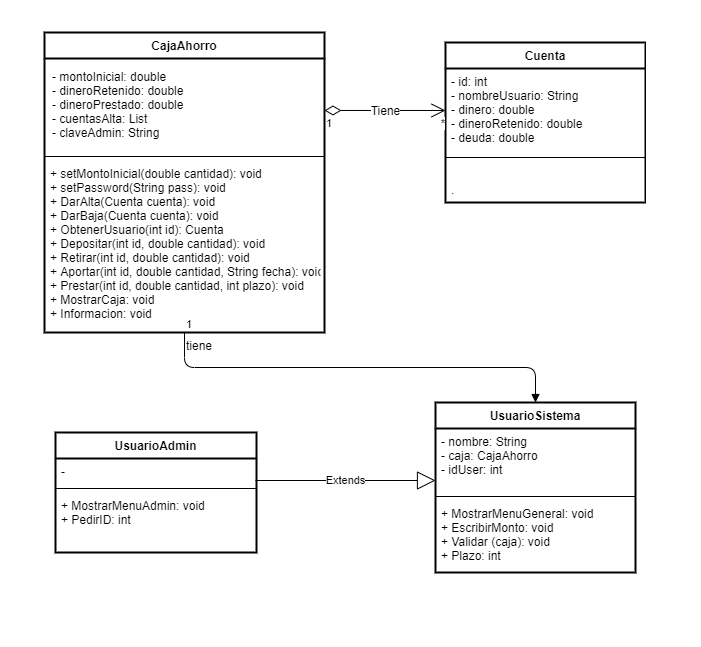
This is DiseñoCaja.png from cesar7391/POO, a draw.io export, as it was before one commit. Source tidied: cells renumbered, new cells last; positions are measured from the earlier drawing's top-left corner, leaving out a move shared by most shapes. The source it was exported from:
```xml
<mxGraphModel>
  <root>
    <mxCell id="0" />
    <mxCell id="1" parent="0" />
    <mxCell id="2" value="CajaAhorro&#10;" style="swimlane;fontStyle=1;align=center;verticalAlign=top;horizontal=1;startSize=26;strokeWidth=2;" parent="1" vertex="1">
      <mxGeometry width="280" height="300" as="geometry" />
    </mxCell>
    <mxCell id="3" value="- montoInicial: double&#10;- dineroRetenido: double&#10;- dineroPrestado: double&#10;- cuentasAlta: List&#10;- claveAdmin: String" style="text;strokeColor=none;align=left;verticalAlign=top;spacingLeft=4;spacingRight=4;overflow=hidden;points=[[0,0.5],[1,0.5]];portConstraint=eastwest;strokeWidth=2;spacingTop=3;spacing=4;spacingBottom=2;" parent="2" vertex="1">
      <mxGeometry y="26" width="280" height="94" as="geometry" />
    </mxCell>
    <mxCell id="4" style="line;strokeWidth=1;fillColor=none;align=left;verticalAlign=middle;spacingTop=-1;spacingLeft=3;spacingRight=3;labelPosition=right;" parent="2" vertex="1">
      <mxGeometry y="120" width="280" height="8" as="geometry" />
    </mxCell>
    <mxCell id="5" value="+ setMontoInicial(double cantidad): void&#10;+ setPassword(String pass): void&#10;+ DarAlta(Cuenta cuenta): void&#10;+ DarBaja(Cuenta cuenta): void&#10;+ ObtenerUsuario(int id): Cuenta&#10;+ Depositar(int id, double cantidad): void&#10;+ Retirar(int id, double cantidad): void&#10;+ Aportar(int id, double cantidad, String fecha): void&#10;+ Prestar(int id, double cantidad, int plazo): void&#10;+ MostrarCaja: void&#10;+ Informacion: void" style="text;strokeColor=none;fillColor=none;align=left;verticalAlign=top;spacingLeft=4;spacingRight=4;overflow=hidden;points=[[0,0.5],[1,0.5]];portConstraint=eastwest;" parent="2" vertex="1">
      <mxGeometry y="128" width="280" height="172" as="geometry" />
    </mxCell>
    <mxCell id="6" value="Cuenta" style="swimlane;fontStyle=1;align=center;verticalAlign=top;horizontal=1;startSize=26;strokeWidth=2;fillColor=none;fontSize=12;" parent="1" vertex="1">
      <mxGeometry x="401" y="10" width="200" height="160" as="geometry" />
    </mxCell>
    <mxCell id="7" value="- id: int&#10;- nombreUsuario: String&#10;- dinero: double&#10;- dineroRetenido: double&#10;- deuda: double" style="text;strokeColor=none;fillColor=none;align=left;verticalAlign=top;spacingLeft=4;spacingRight=4;overflow=hidden;points=[[0,0.5],[1,0.5]];portConstraint=eastwest;" parent="6" vertex="1">
      <mxGeometry y="26" width="200" height="84" as="geometry" />
    </mxCell>
    <mxCell id="8" style="line;strokeWidth=1;fillColor=none;align=left;verticalAlign=middle;spacingTop=-1;spacingLeft=3;spacingRight=3;labelPosition=right;" parent="6" vertex="1">
      <mxGeometry y="110" width="200" height="10" as="geometry" />
    </mxCell>
    <mxCell id="9" value="&#10;." style="text;strokeColor=none;fillColor=none;align=left;verticalAlign=top;spacingLeft=4;spacingRight=4;overflow=hidden;" parent="6" vertex="1">
      <mxGeometry y="120" width="200" height="40" as="geometry" />
    </mxCell>
    <mxCell id="10" value="Tiene" style="endArrow=open;html=1;endSize=12;startArrow=diamondThin;startSize=14;startFill=0;edgeStyle=orthogonalEdgeStyle;fontSize=12;exitX=1;exitY=0.553;exitDx=0;exitDy=0;exitPerimeter=0;" parent="1" edge="1" source="3" target="7">
      <mxGeometry relative="1" as="geometry" />
    </mxCell>
    <mxCell id="11" value="1" style="edgeLabel;html=1;align=left;verticalAlign=top;" parent="10" vertex="1">
      <mxGeometry x="-1" relative="1" as="geometry" />
    </mxCell>
    <mxCell id="12" value="*" style="edgeLabel;html=1;align=right;verticalAlign=top;" parent="10" vertex="1">
      <mxGeometry x="1" relative="1" as="geometry" />
    </mxCell>
    <mxCell id="13" value="UsuarioSistema" style="swimlane;fontStyle=1;align=center;verticalAlign=top;horizontal=1;startSize=26;fontSize=12;strokeWidth=2;fillColor=none;" parent="1" vertex="1">
      <mxGeometry x="391" y="370" width="200" height="170" as="geometry" />
    </mxCell>
    <mxCell id="14" value="- nombre: String&#10;- caja: CajaAhorro&#10;- idUser: int" style="text;strokeColor=none;fillColor=none;align=left;verticalAlign=top;spacingLeft=4;spacingRight=4;overflow=hidden;" parent="13" vertex="1">
      <mxGeometry y="26" width="200" height="64" as="geometry" />
    </mxCell>
    <mxCell id="15" style="line;strokeWidth=1;fillColor=none;align=left;verticalAlign=middle;spacingTop=-1;spacingLeft=3;spacingRight=3;labelPosition=right;" parent="13" vertex="1">
      <mxGeometry y="90" width="200" height="8" as="geometry" />
    </mxCell>
    <mxCell id="16" value="+ MostrarMenuGeneral: void&#10;+ EscribirMonto: void&#10;+ Validar (caja): void&#10;+ Plazo: int" style="text;strokeColor=none;fillColor=none;align=left;verticalAlign=top;spacingLeft=4;spacingRight=4;overflow=hidden;" parent="13" vertex="1">
      <mxGeometry y="98" width="200" height="72" as="geometry" />
    </mxCell>
    <mxCell id="17" value="tiene" style="endArrow=block;endFill=1;html=1;edgeStyle=orthogonalEdgeStyle;align=left;verticalAlign=top;fontSize=12;entryX=0.5;entryY=0;entryDx=0;entryDy=0;exitX=0.5;exitY=1;exitDx=0;exitDy=0;exitPerimeter=0;" parent="1" edge="1" source="5" target="13">
      <mxGeometry x="-1" relative="1" as="geometry" />
    </mxCell>
    <mxCell id="18" value="1" style="edgeLabel;html=1;align=left;verticalAlign=bottom;" parent="17" vertex="1">
      <mxGeometry x="-1" relative="1" as="geometry" />
    </mxCell>
    <mxCell id="19" value="UsuarioAdmin" style="swimlane;fontStyle=1;align=center;verticalAlign=top;horizontal=1;startSize=26;strokeWidth=2;" parent="1" vertex="1">
      <mxGeometry x="11" y="400" width="201" height="120" as="geometry" />
    </mxCell>
    <mxCell id="20" value="-" style="text;strokeColor=none;fillColor=none;align=left;verticalAlign=top;spacingLeft=4;spacingRight=4;overflow=hidden;points=[[0,0.5],[1,0.5]];portConstraint=eastwest;" parent="19" vertex="1">
      <mxGeometry y="26" width="201" height="26" as="geometry" />
    </mxCell>
    <mxCell id="21" style="line;strokeWidth=1;fillColor=none;align=left;verticalAlign=middle;spacingTop=-1;spacingLeft=3;spacingRight=3;labelPosition=right;" parent="19" vertex="1">
      <mxGeometry y="52" width="201" height="8" as="geometry" />
    </mxCell>
    <mxCell id="22" value="+ MostrarMenuAdmin: void&#10;+ PedirID: int" style="text;strokeColor=none;fillColor=none;align=left;verticalAlign=top;spacingLeft=4;spacingRight=4;overflow=hidden;" parent="19" vertex="1">
      <mxGeometry y="60" width="201" height="60" as="geometry" />
    </mxCell>
    <mxCell id="23" value="Extends" style="endArrow=block;endSize=16;endFill=0;html=1;exitX=0.995;exitY=0.846;exitDx=0;exitDy=0;exitPerimeter=0;" parent="1" edge="1" source="20">
      <mxGeometry relative="1" as="geometry">
        <mxPoint x="391" y="448" as="targetPoint" />
      </mxGeometry>
    </mxCell>
  </root>
</mxGraphModel>
```
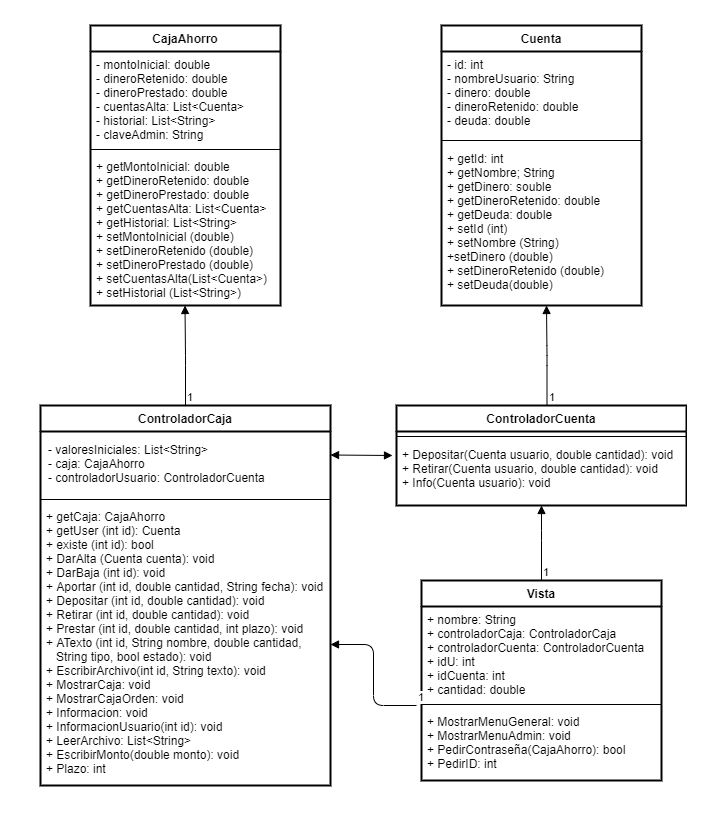
The same diagram one commit later.

Change to the diagram source:
```diff
@@ -2,20 +2,20 @@
   <root>
     <mxCell id="0" />
     <mxCell id="1" parent="0" />
-    <mxCell id="2" value="CajaAhorro&#10;" style="swimlane;fontStyle=1;align=center;verticalAlign=top;horizontal=1;startSize=26;strokeWidth=2;" parent="1" vertex="1">
-      <mxGeometry width="280" height="300" as="geometry" />
+    <mxCell id="2" value="ControladorCaja" style="swimlane;fontStyle=1;align=center;verticalAlign=top;horizontal=1;startSize=26;strokeWidth=2;" parent="1" vertex="1">
+      <mxGeometry x="35" y="160" width="290" height="380" as="geometry" />
     </mxCell>
-    <mxCell id="3" value="- montoInicial: double&#10;- dineroRetenido: double&#10;- dineroPrestado: double&#10;- cuentasAlta: List&#10;- claveAdmin: String" style="text;strokeColor=none;align=left;verticalAlign=top;spacingLeft=4;spacingRight=4;overflow=hidden;points=[[0,0.5],[1,0.5]];portConstraint=eastwest;strokeWidth=2;spacingTop=3;spacing=4;spacingBottom=2;" parent="2" vertex="1">
-      <mxGeometry y="26" width="280" height="94" as="geometry" />
+    <mxCell id="3" value="- valoresIniciales: List&lt;String&gt;&#10;- caja: CajaAhorro&#10;- controladorUsuario: ControladorCuenta" style="text;strokeColor=none;align=left;verticalAlign=top;spacingLeft=4;spacingRight=4;overflow=hidden;points=[[0,0.5],[1,0.5]];portConstraint=eastwest;strokeWidth=2;spacingTop=3;spacing=4;spacingBottom=2;" parent="2" vertex="1">
+      <mxGeometry y="26" width="290" height="64" as="geometry" />
     </mxCell>
     <mxCell id="4" style="line;strokeWidth=1;fillColor=none;align=left;verticalAlign=middle;spacingTop=-1;spacingLeft=3;spacingRight=3;labelPosition=right;" parent="2" vertex="1">
-      <mxGeometry y="120" width="280" height="8" as="geometry" />
+      <mxGeometry y="90" width="290" height="8" as="geometry" />
     </mxCell>
-    <mxCell id="5" value="+ setMontoInicial(double cantidad): void&#10;+ setPassword(String pass): void&#10;+ DarAlta(Cuenta cuenta): void&#10;+ DarBaja(Cuenta cuenta): void&#10;+ ObtenerUsuario(int id): Cuenta&#10;+ Depositar(int id, double cantidad): void&#10;+ Retirar(int id, double cantidad): void&#10;+ Aportar(int id, double cantidad, String fecha): void&#10;+ Prestar(int id, double cantidad, int plazo): void&#10;+ MostrarCaja: void&#10;+ Informacion: void" style="text;strokeColor=none;fillColor=none;align=left;verticalAlign=top;spacingLeft=4;spacingRight=4;overflow=hidden;points=[[0,0.5],[1,0.5]];portConstraint=eastwest;" parent="2" vertex="1">
-      <mxGeometry y="128" width="280" height="172" as="geometry" />
+    <mxCell id="5" value="+ getCaja: CajaAhorro&#10;+ getUser (int id): Cuenta&#10;+ existe (int id): bool&#10;+ DarAlta (Cuenta cuenta): void&#10;+ DarBaja (int id): void&#10;+ Aportar (int id, double cantidad, String fecha): void&#10;+ Depositar (int id, double cantidad): void&#10;+ Retirar (int id, double cantidad): void&#10;+ Prestar (int id, double cantidad, int plazo): void&#10;+ ATexto (int id, String nombre, double cantidad, &#10;   String tipo, bool estado): void&#10;+ EscribirArchivo(int id, String texto): void&#10;+ MostrarCaja: void&#10;+ MostrarCajaOrden: void&#10;+ Informacion: void&#10;+ InformacionUsuario(int id): void&#10;+ LeerArchivo: List&lt;String&gt;&#10;+ EscribirMonto(double monto): void&#10;+ Plazo: int" style="text;strokeColor=none;fillColor=none;align=left;verticalAlign=top;spacingLeft=4;spacingRight=4;overflow=hidden;points=[[0,0.5],[1,0.5]];portConstraint=eastwest;" parent="2" vertex="1">
+      <mxGeometry y="98" width="290" height="282" as="geometry" />
     </mxCell>
     <mxCell id="6" value="Cuenta" style="swimlane;fontStyle=1;align=center;verticalAlign=top;horizontal=1;startSize=26;strokeWidth=2;fillColor=none;fontSize=12;" parent="1" vertex="1">
-      <mxGeometry x="401" y="10" width="200" height="160" as="geometry" />
+      <mxGeometry x="436" y="-220" width="200" height="280" as="geometry" />
     </mxCell>
     <mxCell id="7" value="- id: int&#10;- nombreUsuario: String&#10;- dinero: double&#10;- dineroRetenido: double&#10;- deuda: double" style="text;strokeColor=none;fillColor=none;align=left;verticalAlign=top;spacingLeft=4;spacingRight=4;overflow=hidden;points=[[0,0.5],[1,0.5]];portConstraint=eastwest;" parent="6" vertex="1">
       <mxGeometry y="26" width="200" height="84" as="geometry" />
@@ -23,52 +23,91 @@
     <mxCell id="8" style="line;strokeWidth=1;fillColor=none;align=left;verticalAlign=middle;spacingTop=-1;spacingLeft=3;spacingRight=3;labelPosition=right;" parent="6" vertex="1">
       <mxGeometry y="110" width="200" height="10" as="geometry" />
     </mxCell>
-    <mxCell id="9" value="&#10;." style="text;strokeColor=none;fillColor=none;align=left;verticalAlign=top;spacingLeft=4;spacingRight=4;overflow=hidden;" parent="6" vertex="1">
-      <mxGeometry y="120" width="200" height="40" as="geometry" />
+    <mxCell id="9" value="+ getId: int&#10;+ getNombre; String&#10;+ getDinero: souble&#10;+ getDineroRetenido: double&#10;+ getDeuda: double&#10;+ setId (int)&#10;+ setNombre (String)&#10;+setDinero (double)&#10;+ setDineroRetenido (double)&#10;+ setDeuda(double)" style="text;strokeColor=none;fillColor=none;align=left;verticalAlign=top;spacingLeft=4;spacingRight=4;overflow=hidden;" parent="6" vertex="1">
+      <mxGeometry y="120" width="200" height="160" as="geometry" />
     </mxCell>
-    <mxCell id="10" value="Tiene" style="endArrow=open;html=1;endSize=12;startArrow=diamondThin;startSize=14;startFill=0;edgeStyle=orthogonalEdgeStyle;fontSize=12;exitX=1;exitY=0.553;exitDx=0;exitDy=0;exitPerimeter=0;" parent="1" edge="1" source="3" target="7">
-      <mxGeometry relative="1" as="geometry" />
-    </mxCell>
-    <mxCell id="11" value="1" style="edgeLabel;html=1;align=left;verticalAlign=top;" parent="10" vertex="1">
-      <mxGeometry x="-1" relative="1" as="geometry" />
-    </mxCell>
-    <mxCell id="12" value="*" style="edgeLabel;html=1;align=right;verticalAlign=top;" parent="10" vertex="1">
-      <mxGeometry x="1" relative="1" as="geometry" />
-    </mxCell>
-    <mxCell id="13" value="UsuarioSistema" style="swimlane;fontStyle=1;align=center;verticalAlign=top;horizontal=1;startSize=26;fontSize=12;strokeWidth=2;fillColor=none;" parent="1" vertex="1">
-      <mxGeometry x="391" y="370" width="200" height="170" as="geometry" />
-    </mxCell>
-    <mxCell id="14" value="- nombre: String&#10;- caja: CajaAhorro&#10;- idUser: int" style="text;strokeColor=none;fillColor=none;align=left;verticalAlign=top;spacingLeft=4;spacingRight=4;overflow=hidden;" parent="13" vertex="1">
-      <mxGeometry y="26" width="200" height="64" as="geometry" />
-    </mxCell>
-    <mxCell id="15" style="line;strokeWidth=1;fillColor=none;align=left;verticalAlign=middle;spacingTop=-1;spacingLeft=3;spacingRight=3;labelPosition=right;" parent="13" vertex="1">
-      <mxGeometry y="90" width="200" height="8" as="geometry" />
-    </mxCell>
-    <mxCell id="16" value="+ MostrarMenuGeneral: void&#10;+ EscribirMonto: void&#10;+ Validar (caja): void&#10;+ Plazo: int" style="text;strokeColor=none;fillColor=none;align=left;verticalAlign=top;spacingLeft=4;spacingRight=4;overflow=hidden;" parent="13" vertex="1">
-      <mxGeometry y="98" width="200" height="72" as="geometry" />
-    </mxCell>
-    <mxCell id="17" value="tiene" style="endArrow=block;endFill=1;html=1;edgeStyle=orthogonalEdgeStyle;align=left;verticalAlign=top;fontSize=12;entryX=0.5;entryY=0;entryDx=0;entryDy=0;exitX=0.5;exitY=1;exitDx=0;exitDy=0;exitPerimeter=0;" parent="1" edge="1" source="5" target="13">
-      <mxGeometry x="-1" relative="1" as="geometry" />
-    </mxCell>
-    <mxCell id="18" value="1" style="edgeLabel;html=1;align=left;verticalAlign=bottom;" parent="17" vertex="1">
-      <mxGeometry x="-1" relative="1" as="geometry" />
-    </mxCell>
-    <mxCell id="19" value="UsuarioAdmin" style="swimlane;fontStyle=1;align=center;verticalAlign=top;horizontal=1;startSize=26;strokeWidth=2;" parent="1" vertex="1">
-      <mxGeometry x="11" y="400" width="201" height="120" as="geometry" />
-    </mxCell>
-    <mxCell id="20" value="-" style="text;strokeColor=none;fillColor=none;align=left;verticalAlign=top;spacingLeft=4;spacingRight=4;overflow=hidden;points=[[0,0.5],[1,0.5]];portConstraint=eastwest;" parent="19" vertex="1">
-      <mxGeometry y="26" width="201" height="26" as="geometry" />
-    </mxCell>
-    <mxCell id="21" style="line;strokeWidth=1;fillColor=none;align=left;verticalAlign=middle;spacingTop=-1;spacingLeft=3;spacingRight=3;labelPosition=right;" parent="19" vertex="1">
-      <mxGeometry y="52" width="201" height="8" as="geometry" />
-    </mxCell>
-    <mxCell id="22" value="+ MostrarMenuAdmin: void&#10;+ PedirID: int" style="text;strokeColor=none;fillColor=none;align=left;verticalAlign=top;spacingLeft=4;spacingRight=4;overflow=hidden;" parent="19" vertex="1">
-      <mxGeometry y="60" width="201" height="60" as="geometry" />
-    </mxCell>
-    <mxCell id="23" value="Extends" style="endArrow=block;endSize=16;endFill=0;html=1;exitX=0.995;exitY=0.846;exitDx=0;exitDy=0;exitPerimeter=0;" parent="1" edge="1" source="20">
-      <mxGeometry relative="1" as="geometry">
-        <mxPoint x="391" y="448" as="targetPoint" />
-      </mxGeometry>
-    </mxCell>
+    <mxCell id="24" value="ControladorCuenta" style="swimlane;fontStyle=1;align=center;verticalAlign=top;horizontal=1;startSize=26;strokeWidth=2;fillColor=none;fontSize=12;" parent="1" vertex="1">
+      <mxGeometry x="391" y="160" width="290" height="100" as="geometry" />
+    </mxCell>
+    <mxCell id="25" style="line;strokeWidth=1;fillColor=none;align=left;verticalAlign=middle;spacingTop=-1;spacingLeft=3;spacingRight=3;labelPosition=right;" parent="24" vertex="1">
+      <mxGeometry y="26" width="290" height="10" as="geometry" />
+    </mxCell>
+    <mxCell id="26" value="+ Depositar(Cuenta usuario, double cantidad): void&#10;+ Retirar(Cuenta usuario, double cantidad): void&#10;+ Info(Cuenta usuario): void" style="text;strokeColor=none;fillColor=none;align=left;verticalAlign=top;spacingLeft=4;spacingRight=4;overflow=hidden;" parent="24" vertex="1">
+      <mxGeometry y="36" width="290" height="64" as="geometry" />
+    </mxCell>
+    <mxCell id="27" value="CajaAhorro" style="swimlane;fontStyle=1;align=center;verticalAlign=top;horizontal=1;startSize=26;strokeWidth=2;" parent="1" vertex="1">
+      <mxGeometry x="85" y="-220" width="190" height="280" as="geometry" />
+    </mxCell>
+    <mxCell id="28" value="- montoInicial: double&#10;- dineroRetenido: double&#10;- dineroPrestado: double&#10;- cuentasAlta: List&lt;Cuenta&gt;&#10;- historial: List&lt;String&gt;&#10;- claveAdmin: String" style="text;strokeColor=none;fillColor=none;align=left;verticalAlign=top;spacingLeft=4;spacingRight=4;overflow=hidden;" parent="27" vertex="1">
+      <mxGeometry y="26" width="190" height="94" as="geometry" />
+    </mxCell>
+    <mxCell id="29" style="line;strokeWidth=1;fillColor=none;align=left;verticalAlign=middle;spacingTop=-1;spacingLeft=3;spacingRight=3;labelPosition=right;" parent="27" vertex="1">
+      <mxGeometry y="120" width="190" height="8" as="geometry" />
+    </mxCell>
+    <mxCell id="30" value="+ getMontoInicial: double&#10;+ getDineroRetenido: double&#10;+ getDineroPrestado: double&#10;+ getCuentasAlta: List&lt;Cuenta&gt;&#10;+ getHistorial: List&lt;String&gt;&#10;+ setMontoInicial (double)&#10;+ setDineroRetenido (double)&#10;+ setDineroPrestado (double)&#10;+ setCuentasAlta(List&lt;Cuenta&gt;)&#10;+ setHistorial (List&lt;String&gt;)&#10;" style="text;strokeColor=none;fillColor=none;align=left;verticalAlign=top;spacingLeft=4;spacingRight=4;overflow=hidden;" parent="27" vertex="1">
+      <mxGeometry y="128" width="190" height="152" as="geometry" />
+    </mxCell>
+    <mxCell id="31" value="Vista" style="swimlane;fontStyle=1;align=center;verticalAlign=top;horizontal=1;startSize=26;strokeWidth=2;" parent="1" vertex="1">
+      <mxGeometry x="416" y="335" width="240" height="200" as="geometry" />
+    </mxCell>
+    <mxCell id="32" value="+ nombre: String&#10;+ controladorCaja: ControladorCaja&#10;+ controladorCuenta: ControladorCuenta&#10;+ idU: int&#10;+ idCuenta: int&#10;+ cantidad: double" style="text;strokeColor=none;fillColor=none;align=left;verticalAlign=top;spacingLeft=4;spacingRight=4;overflow=hidden;" parent="31" vertex="1">
+      <mxGeometry y="26" width="240" height="94" as="geometry" />
+    </mxCell>
+    <mxCell id="33" style="line;strokeWidth=1;fillColor=none;align=left;verticalAlign=middle;spacingTop=-1;spacingLeft=3;spacingRight=3;labelPosition=right;" parent="31" vertex="1">
+      <mxGeometry y="120" width="240" height="8" as="geometry" />
+    </mxCell>
+    <mxCell id="34" value="+ MostrarMenuGeneral: void&#10;+ MostrarMenuAdmin: void&#10;+ PedirContraseña(CajaAhorro): bool&#10;+ PedirID: int" style="text;strokeColor=none;fillColor=none;align=left;verticalAlign=top;spacingLeft=4;spacingRight=4;overflow=hidden;" parent="31" vertex="1">
+      <mxGeometry y="128" width="240" height="72" as="geometry" />
+    </mxCell>
+    <mxCell id="35" style="endArrow=block;endFill=1;html=1;edgeStyle=orthogonalEdgeStyle;align=left;verticalAlign=top;" parent="1" edge="1">
+      <mxGeometry x="-1" relative="1" as="geometry">
+        <mxPoint x="180" y="160" as="sourcePoint" />
+        <mxPoint x="179.5" y="60" as="targetPoint" />
+        <Array as="points">
+          <mxPoint x="180" y="110" />
+        </Array>
+      </mxGeometry>
+    </mxCell>
+    <mxCell id="36" value="1" style="edgeLabel;html=1;align=left;verticalAlign=bottom;" parent="35" vertex="1">
+      <mxGeometry x="-1" relative="1" as="geometry" />
+    </mxCell>
+    <mxCell id="37" style="endArrow=block;endFill=1;html=1;edgeStyle=orthogonalEdgeStyle;align=left;verticalAlign=top;" parent="1" edge="1">
+      <mxGeometry x="-1" relative="1" as="geometry">
+        <mxPoint x="541.5" y="160" as="sourcePoint" />
+        <mxPoint x="541" y="60" as="targetPoint" />
+        <Array as="points">
+          <mxPoint x="541.5" y="110" />
+        </Array>
+      </mxGeometry>
+    </mxCell>
+    <mxCell id="38" value="1" style="edgeLabel;html=1;align=left;verticalAlign=bottom;" parent="37" vertex="1">
+      <mxGeometry x="-1" relative="1" as="geometry" />
+    </mxCell>
+    <mxCell id="39" style="endArrow=block;endFill=1;html=1;edgeStyle=orthogonalEdgeStyle;align=left;verticalAlign=top;" parent="1" edge="1" target="5">
+      <mxGeometry x="-1" relative="1" as="geometry">
+        <mxPoint x="411" y="460" as="sourcePoint" />
+      </mxGeometry>
+    </mxCell>
+    <mxCell id="40" value="1" style="edgeLabel;html=1;align=left;verticalAlign=bottom;" parent="39" vertex="1">
+      <mxGeometry x="-1" relative="1" as="geometry" />
+    </mxCell>
+    <mxCell id="41" style="endArrow=block;endFill=1;html=1;edgeStyle=orthogonalEdgeStyle;align=left;verticalAlign=top;" parent="1" edge="1">
+      <mxGeometry x="-1" relative="1" as="geometry">
+        <mxPoint x="536" y="335" as="sourcePoint" />
+        <mxPoint x="536" y="260" as="targetPoint" />
+        <Array as="points">
+          <mxPoint x="536" y="285" />
+        </Array>
+      </mxGeometry>
+    </mxCell>
+    <mxCell id="42" value="1" style="edgeLabel;html=1;align=left;verticalAlign=bottom;" parent="41" vertex="1">
+      <mxGeometry x="-1" relative="1" as="geometry" />
+    </mxCell>
+    <mxCell id="43" style="endArrow=block;startArrow=block;endFill=1;startFill=1;html=1;" parent="1" edge="1">
+      <mxGeometry relative="1" as="geometry">
+        <mxPoint x="325" y="209.5" as="sourcePoint" />
+        <mxPoint x="387" y="210" as="targetPoint" />
+      </mxGeometry>
+    </mxCell>
   </root>
 </mxGraphModel>
```
